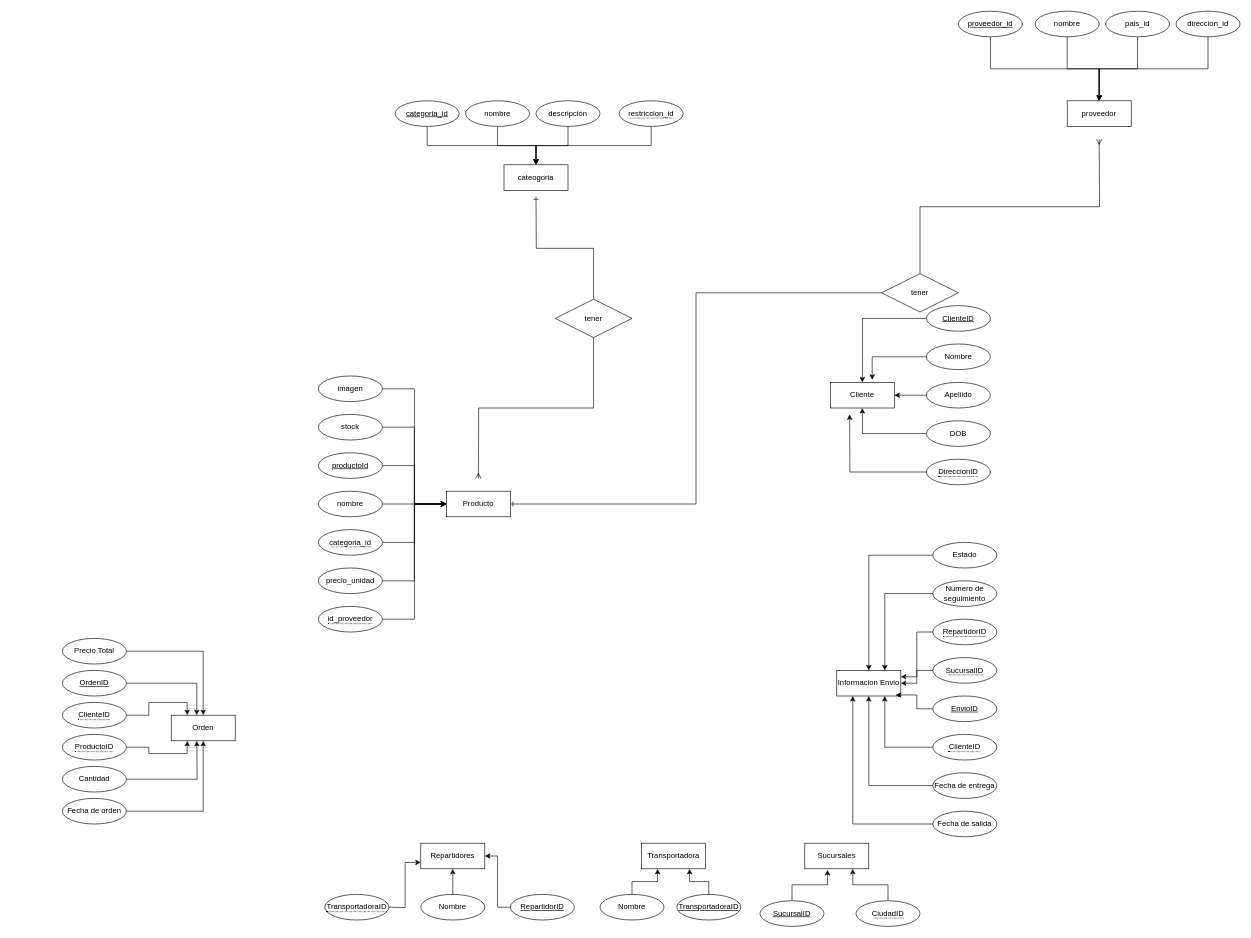
Before: ProyectoFinal.drawio in Angel-ISO/Diagramas, a draw.io diagram. Source tidied: cells renumbered, new cells numbered last; positions are measured from the earlier drawing's top-left corner, leaving out a move shared by most shapes. Both pictures are drawn from the tidied source at 64%, with x=0, y=0 at pixel (62, 11).
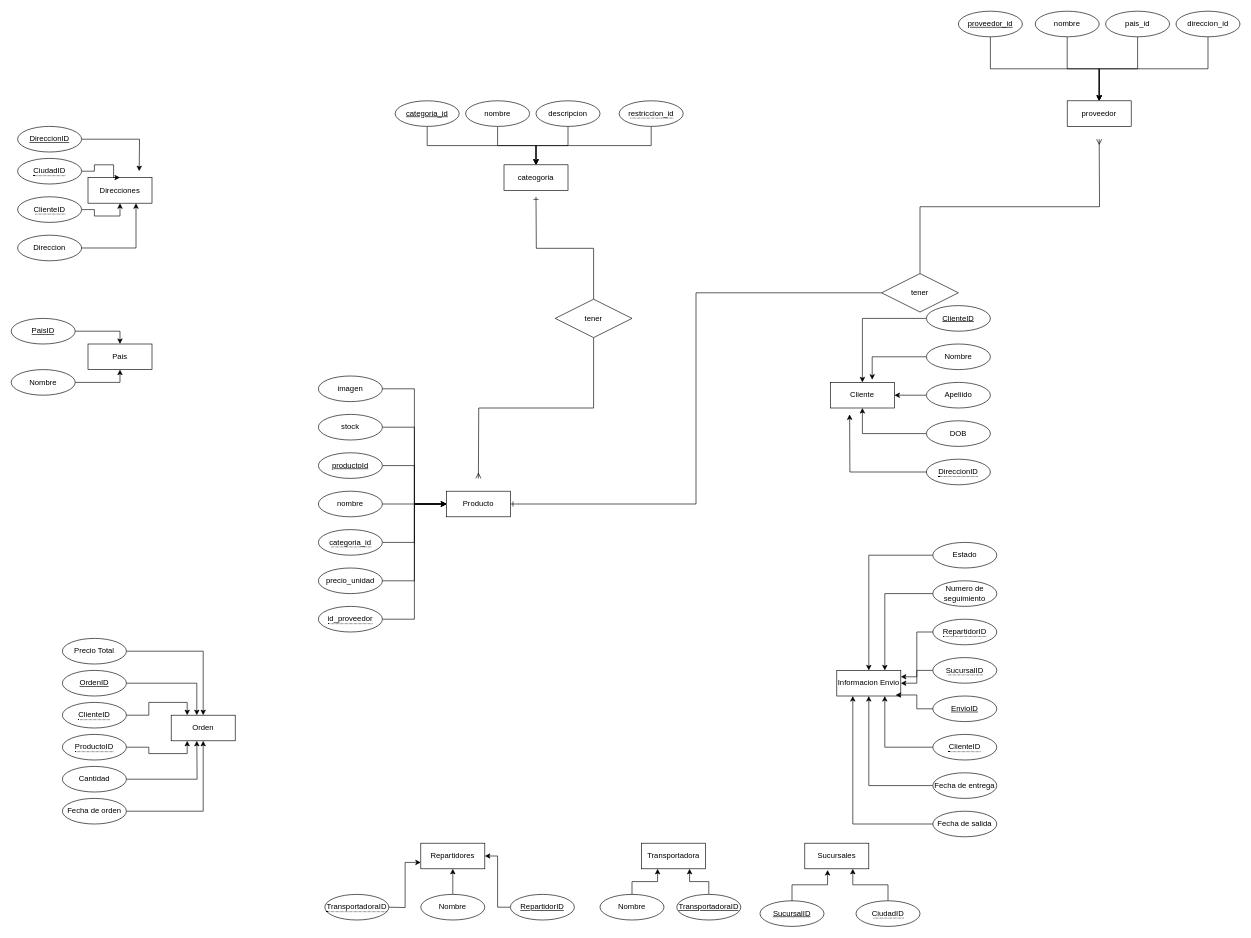
Above is the later version.

Diff of the diagram source:
```diff
@@
+    <mxCell id="106" value="Direcciones" style="whiteSpace=wrap;html=1;align=center;" parent="1" vertex="1">
+      <mxGeometry x="40" y="260" width="100" height="40" as="geometry" />
+    </mxCell>
+    <mxCell id="107" style="edgeStyle=orthogonalEdgeStyle;rounded=0;jettySize=auto;html=1;" parent="1" edge="1" source="108">
+      <mxGeometry relative="1" as="geometry">
+        <mxPoint x="120" y="250" as="targetPoint" />
+      </mxGeometry>
+    </mxCell>
+    <mxCell id="108" value="DireccionID" style="ellipse;whiteSpace=wrap;html=1;align=center;fontStyle=4;" parent="1" vertex="1">
+      <mxGeometry x="-70" y="180" width="100" height="40" as="geometry" />
+    </mxCell>
+    <mxCell id="109" style="edgeStyle=orthogonalEdgeStyle;rounded=0;jettySize=auto;html=1;entryX=0.5;entryY=0;entryDx=0;entryDy=0;" parent="1" edge="1" source="110" target="106">
+      <mxGeometry relative="1" as="geometry">
+        <Array as="points">
+          <mxPoint x="50" y="250" />
+          <mxPoint x="50" y="240" />
+          <mxPoint x="80" y="240" />
+          <mxPoint x="80" y="260" />
+        </Array>
+      </mxGeometry>
+    </mxCell>
+    <mxCell id="110" value="&lt;span style=&quot;border-bottom: 1px dotted&quot;&gt;CiudadID&lt;/span&gt;" style="ellipse;whiteSpace=wrap;html=1;align=center;" parent="1" vertex="1">
+      <mxGeometry x="-70" y="230" width="100" height="40" as="geometry" />
+    </mxCell>
+    <mxCell id="111" style="edgeStyle=orthogonalEdgeStyle;rounded=0;jettySize=auto;html=1;entryX=0.5;entryY=1;entryDx=0;entryDy=0;" parent="1" edge="1" source="112" target="106">
+      <mxGeometry relative="1" as="geometry" />
+    </mxCell>
+    <mxCell id="112" value="&lt;span style=&quot;border-bottom: 1px dotted&quot;&gt;ClienteID&lt;/span&gt;" style="ellipse;whiteSpace=wrap;html=1;align=center;" parent="1" vertex="1">
+      <mxGeometry x="-70" y="290" width="100" height="40" as="geometry" />
+    </mxCell>
+    <mxCell id="113" style="edgeStyle=orthogonalEdgeStyle;rounded=0;jettySize=auto;html=1;entryX=0.75;entryY=1;entryDx=0;entryDy=0;" parent="1" edge="1" source="114" target="106">
+      <mxGeometry relative="1" as="geometry" />
+    </mxCell>
+    <mxCell id="114" value="Direccion" style="ellipse;whiteSpace=wrap;html=1;align=center;" parent="1" vertex="1">
+      <mxGeometry x="-70" y="350" width="100" height="40" as="geometry" />
+    </mxCell>
+    <mxCell id="115" value="Pais" style="whiteSpace=wrap;html=1;align=center;" parent="1" vertex="1">
+      <mxGeometry x="40" y="520" width="100" height="40" as="geometry" />
+    </mxCell>
+    <mxCell id="116" style="edgeStyle=orthogonalEdgeStyle;rounded=0;orthogonalLoop=1;jettySize=auto;html=1;exitX=0.5;exitY=1;exitDx=0;exitDy=0;" parent="1" edge="1" source="115" target="115">
+      <mxGeometry relative="1" as="geometry" />
+    </mxCell>
+    <mxCell id="117" style="edgeStyle=orthogonalEdgeStyle;rounded=0;jettySize=auto;html=1;entryX=0.5;entryY=0;entryDx=0;entryDy=0;" parent="1" edge="1" source="118" target="115">
+      <mxGeometry relative="1" as="geometry" />
+    </mxCell>
+    <mxCell id="118" value="PaisID" style="ellipse;whiteSpace=wrap;html=1;align=center;fontStyle=4;" parent="1" vertex="1">
+      <mxGeometry x="-80" y="480" width="100" height="40" as="geometry" />
+    </mxCell>
+    <mxCell id="119" style="edgeStyle=orthogonalEdgeStyle;rounded=0;jettySize=auto;html=1;entryX=0.5;entryY=1;entryDx=0;entryDy=0;" parent="1" edge="1" source="120" target="115">
+      <mxGeometry relative="1" as="geometry" />
+    </mxCell>
+    <mxCell id="120" value="Nombre" style="ellipse;whiteSpace=wrap;html=1;align=center;" parent="1" vertex="1">
+      <mxGeometry x="-80" y="560" width="100" height="40" as="geometry" />
+    </mxCell>
```
